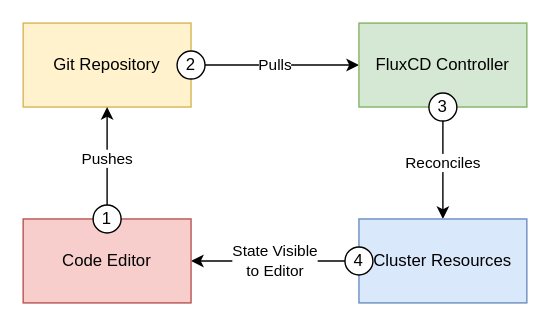
The draw.io diagram docs/gitops-pull.drawio.svg in danielloader/kubernetes-sdlc, before a commit. Source tidied: cells renumbered, new cells last; positions are measured from the earlier drawing's top-left corner, leaving out a move shared by most shapes. Its diagram source:
```xml
<mxGraphModel background="#FFFFFF">
  <root>
    <mxCell id="0" />
    <mxCell id="1" parent="0" />
    <mxCell id="2" style="edgeStyle=none;html=1;" parent="1" edge="1" source="5" target="7">
      <mxGeometry relative="1" as="geometry" />
    </mxCell>
    <mxCell id="3" value="Pulls" style="edgeLabel;html=1;align=center;verticalAlign=middle;" parent="2" vertex="1">
      <mxGeometry x="-0.45" y="-1" relative="1" as="geometry">
        <mxPoint x="27" y="-1" as="offset" />
      </mxGeometry>
    </mxCell>
    <mxCell id="4" style="edgeStyle=none;html=1;startArrow=none;startFill=1;endArrow=none;endFill=0;" parent="1" edge="1" source="14" target="10">
      <mxGeometry relative="1" as="geometry" />
    </mxCell>
    <mxCell id="5" value="Git Repository" style="rounded=0;whiteSpace=wrap;html=1;fillColor=#fff2cc;strokeColor=#d6b656;" parent="1" vertex="1">
      <mxGeometry width="120" height="60" as="geometry" />
    </mxCell>
    <mxCell id="6" value="Reconciles" style="edgeStyle=none;html=1;" parent="1" edge="1" source="7" target="9">
      <mxGeometry relative="1" as="geometry" />
    </mxCell>
    <mxCell id="7" value="FluxCD Controller" style="rounded=0;whiteSpace=wrap;html=1;fillColor=#d5e8d4;strokeColor=#82b366;" parent="1" vertex="1">
      <mxGeometry x="240" width="120" height="60" as="geometry" />
    </mxCell>
    <mxCell id="8" value="State Visible&lt;br&gt;to Editor" style="edgeStyle=none;html=1;startArrow=none;startFill=0;endArrow=classic;endFill=1;" parent="1" edge="1" source="9" target="10">
      <mxGeometry relative="1" as="geometry" />
    </mxCell>
    <mxCell id="9" value="Cluster Resources" style="rounded=0;whiteSpace=wrap;html=1;fillColor=#dae8fc;strokeColor=#6c8ebf;" parent="1" vertex="1">
      <mxGeometry x="240" y="140" width="120" height="60" as="geometry" />
    </mxCell>
    <mxCell id="10" value="Code Editor" style="rounded=0;whiteSpace=wrap;html=1;fillColor=#f8cecc;strokeColor=#b85450;" parent="1" vertex="1">
      <mxGeometry y="140" width="120" height="60" as="geometry" />
    </mxCell>
    <mxCell id="11" value="2" style="ellipse;whiteSpace=wrap;html=1;" parent="1" vertex="1">
      <mxGeometry x="110" y="20" width="20" height="20" as="geometry" />
    </mxCell>
    <mxCell id="12" value="3" style="ellipse;whiteSpace=wrap;html=1;" parent="1" vertex="1">
      <mxGeometry x="290" y="50" width="20" height="20" as="geometry" />
    </mxCell>
    <mxCell id="13" value="4" style="ellipse;whiteSpace=wrap;html=1;" parent="1" vertex="1">
      <mxGeometry x="230" y="160" width="20" height="20" as="geometry" />
    </mxCell>
    <mxCell id="14" value="1" style="ellipse;whiteSpace=wrap;html=1;" parent="1" vertex="1">
      <mxGeometry x="50" y="130" width="20" height="20" as="geometry" />
    </mxCell>
    <mxCell id="15" style="edgeStyle=none;html=1;startArrow=classic;startFill=1;endArrow=none;endFill=0;" parent="1" edge="1" source="5" target="14">
      <mxGeometry relative="1" as="geometry" />
    </mxCell>
    <mxCell id="16" value="Pushes" style="edgeLabel;html=1;align=center;verticalAlign=middle;" parent="15" vertex="1">
      <mxGeometry x="-0.38" y="3" relative="1" as="geometry">
        <mxPoint x="-3" y="15" as="offset" />
      </mxGeometry>
    </mxCell>
  </root>
</mxGraphModel>
```
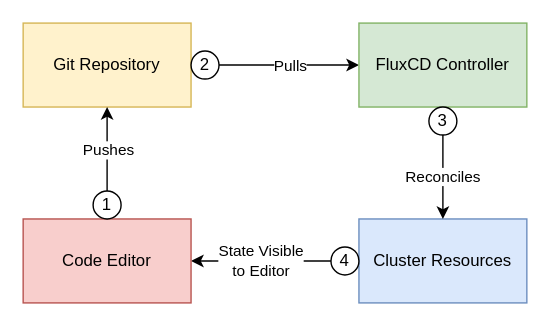
The same diagram one commit later.

What changed in the source:
```diff
@@ -2,27 +2,19 @@
   <root>
     <mxCell id="0" />
     <mxCell id="1" parent="0" />
-    <mxCell id="2" style="edgeStyle=none;html=1;" parent="1" edge="1" source="5" target="7">
+    <mxCell id="2" style="edgeStyle=none;html=1;startArrow=none;" parent="1" edge="1" source="11" target="7">
       <mxGeometry relative="1" as="geometry" />
     </mxCell>
-    <mxCell id="3" value="Pulls" style="edgeLabel;html=1;align=center;verticalAlign=middle;" parent="2" vertex="1">
-      <mxGeometry x="-0.45" y="-1" relative="1" as="geometry">
-        <mxPoint x="27" y="-1" as="offset" />
-      </mxGeometry>
-    </mxCell>
     <mxCell id="4" style="edgeStyle=none;html=1;startArrow=none;startFill=1;endArrow=none;endFill=0;" parent="1" edge="1" source="14" target="10">
       <mxGeometry relative="1" as="geometry" />
     </mxCell>
     <mxCell id="5" value="Git Repository" style="rounded=0;whiteSpace=wrap;html=1;fillColor=#fff2cc;strokeColor=#d6b656;" parent="1" vertex="1">
       <mxGeometry width="120" height="60" as="geometry" />
     </mxCell>
-    <mxCell id="6" value="Reconciles" style="edgeStyle=none;html=1;" parent="1" edge="1" source="7" target="9">
-      <mxGeometry relative="1" as="geometry" />
-    </mxCell>
     <mxCell id="7" value="FluxCD Controller" style="rounded=0;whiteSpace=wrap;html=1;fillColor=#d5e8d4;strokeColor=#82b366;" parent="1" vertex="1">
       <mxGeometry x="240" width="120" height="60" as="geometry" />
     </mxCell>
-    <mxCell id="8" value="State Visible&lt;br&gt;to Editor" style="edgeStyle=none;html=1;startArrow=none;startFill=0;endArrow=classic;endFill=1;" parent="1" edge="1" source="9" target="10">
+    <mxCell id="8" value="State Visible&lt;br&gt;to Editor" style="edgeStyle=none;html=1;startArrow=none;startFill=0;endArrow=classic;endFill=1;" parent="1" edge="1" source="13" target="10">
       <mxGeometry relative="1" as="geometry" />
     </mxCell>
     <mxCell id="9" value="Cluster Resources" style="rounded=0;whiteSpace=wrap;html=1;fillColor=#dae8fc;strokeColor=#6c8ebf;" parent="1" vertex="1">
@@ -31,25 +23,42 @@
     <mxCell id="10" value="Code Editor" style="rounded=0;whiteSpace=wrap;html=1;fillColor=#f8cecc;strokeColor=#b85450;" parent="1" vertex="1">
       <mxGeometry y="140" width="120" height="60" as="geometry" />
     </mxCell>
-    <mxCell id="11" value="2" style="ellipse;whiteSpace=wrap;html=1;" parent="1" vertex="1">
-      <mxGeometry x="110" y="20" width="20" height="20" as="geometry" />
-    </mxCell>
-    <mxCell id="12" value="3" style="ellipse;whiteSpace=wrap;html=1;" parent="1" vertex="1">
-      <mxGeometry x="290" y="50" width="20" height="20" as="geometry" />
-    </mxCell>
-    <mxCell id="13" value="4" style="ellipse;whiteSpace=wrap;html=1;" parent="1" vertex="1">
-      <mxGeometry x="230" y="160" width="20" height="20" as="geometry" />
-    </mxCell>
     <mxCell id="14" value="1" style="ellipse;whiteSpace=wrap;html=1;" parent="1" vertex="1">
-      <mxGeometry x="50" y="130" width="20" height="20" as="geometry" />
+      <mxGeometry x="50" y="120" width="20" height="20" as="geometry" />
     </mxCell>
     <mxCell id="15" style="edgeStyle=none;html=1;startArrow=classic;startFill=1;endArrow=none;endFill=0;" parent="1" edge="1" source="5" target="14">
       <mxGeometry relative="1" as="geometry" />
     </mxCell>
     <mxCell id="16" value="Pushes" style="edgeLabel;html=1;align=center;verticalAlign=middle;" parent="15" vertex="1">
       <mxGeometry x="-0.38" y="3" relative="1" as="geometry">
-        <mxPoint x="-3" y="15" as="offset" />
+        <mxPoint x="-3" y="11" as="offset" />
       </mxGeometry>
     </mxCell>
+    <mxCell id="17" style="edgeStyle=none;html=1;startArrow=none;startFill=0;endArrow=none;endFill=1;" parent="1" edge="1" source="9" target="13">
+      <mxGeometry relative="1" as="geometry" />
+    </mxCell>
+    <mxCell id="13" value="4" style="ellipse;whiteSpace=wrap;html=1;" parent="1" vertex="1">
+      <mxGeometry x="220" y="160" width="20" height="20" as="geometry" />
+    </mxCell>
+    <mxCell id="18" style="edgeStyle=none;html=1;endArrow=none;" parent="1" edge="1" source="5" target="11">
+      <mxGeometry relative="1" as="geometry" />
+    </mxCell>
+    <mxCell id="3" value="Pulls" style="edgeLabel;html=1;align=center;verticalAlign=middle;" parent="18" vertex="1">
+      <mxGeometry x="-0.45" y="-1" relative="1" as="geometry">
+        <mxPoint x="70" as="offset" />
+      </mxGeometry>
+    </mxCell>
+    <mxCell id="11" value="2" style="ellipse;whiteSpace=wrap;html=1;" parent="1" vertex="1">
+      <mxGeometry x="120" y="20" width="20" height="20" as="geometry" />
+    </mxCell>
+    <mxCell id="19" style="edgeStyle=none;html=1;endArrow=none;" parent="1" edge="1" source="7" target="12">
+      <mxGeometry relative="1" as="geometry" />
+    </mxCell>
+    <mxCell id="12" value="3" style="ellipse;whiteSpace=wrap;html=1;" parent="1" vertex="1">
+      <mxGeometry x="290" y="60" width="20" height="20" as="geometry" />
+    </mxCell>
+    <mxCell id="6" value="Reconciles" style="edgeStyle=none;html=1;startArrow=none;" parent="1" edge="1" source="12" target="9">
+      <mxGeometry relative="1" as="geometry" />
+    </mxCell>
   </root>
 </mxGraphModel>
```
